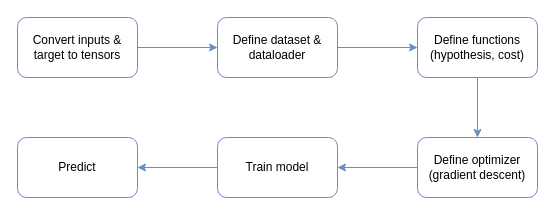
vuanhtuan1012/deep-learning-with-pytorch keeps this draw.io diagram as page "PyTorch built-ins" (2 of 2) of images/linear_regression.drawio. Above is the earlier version. Source tidied: cells renumbered, new cells numbered last; positions are measured from the earlier drawing's top-left corner, leaving out a move shared by most shapes. Both pictures are drawn from the tidied source at 100%, with x=0, y=0 at pixel (17, 17).
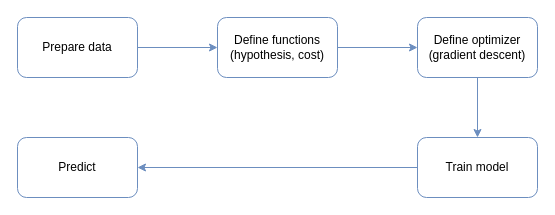
After the change.

What changed in the source:
```diff
@@
 <mxGraphModel>
   <root>
     <mxCell id="0" />
     <mxCell id="1" parent="0" />
-    <mxCell id="2" style="edgeStyle=orthogonalEdgeStyle;rounded=0;jettySize=auto;html=1;fillColor=#dae8fc;strokeColor=#6c8ebf;" parent="1" edge="1" source="3" target="5">
+    <mxCell id="2" style="edgeStyle=orthogonalEdgeStyle;rounded=0;jettySize=auto;html=1;fillColor=#dae8fc;strokeColor=#6c8ebf;entryX=0;entryY=0.5;entryDx=0;entryDy=0;" parent="1" edge="1" source="3" target="7">
       <mxGeometry relative="1" as="geometry" />
     </mxCell>
-    <mxCell id="3" value="Convert inputs &amp;amp; target to tensors" style="rounded=1;whiteSpace=wrap;html=1;strokeColor=#6c8ebf;fillColor=none;" parent="1" vertex="1">
+    <mxCell id="3" value="Prepare data" style="rounded=1;whiteSpace=wrap;html=1;strokeColor=#6c8ebf;fillColor=none;" parent="1" vertex="1">
       <mxGeometry width="120" height="60" as="geometry" />
     </mxCell>
-    <mxCell id="4" style="edgeStyle=orthogonalEdgeStyle;rounded=0;jettySize=auto;html=1;fillColor=#dae8fc;strokeColor=#6c8ebf;" parent="1" edge="1" source="5" target="7">
-      <mxGeometry relative="1" as="geometry" />
-    </mxCell>
-    <mxCell id="5" value="Define dataset &amp;amp; dataloader" style="rounded=1;whiteSpace=wrap;html=1;strokeColor=#6c8ebf;fillColor=none;" parent="1" vertex="1">
-      <mxGeometry x="200" width="120" height="60" as="geometry" />
-    </mxCell>
     <mxCell id="6" style="edgeStyle=orthogonalEdgeStyle;rounded=0;jettySize=auto;html=1;fillColor=#dae8fc;strokeColor=#6c8ebf;" parent="1" edge="1" source="7" target="9">
       <mxGeometry relative="1" as="geometry" />
     </mxCell>
     <mxCell id="7" value="Define functions (hypothesis, cost)" style="rounded=1;whiteSpace=wrap;html=1;strokeColor=#6c8ebf;fillColor=none;" parent="1" vertex="1">
-      <mxGeometry x="400" width="120" height="60" as="geometry" />
+      <mxGeometry x="200" width="120" height="60" as="geometry" />
     </mxCell>
     <mxCell id="8" style="edgeStyle=orthogonalEdgeStyle;rounded=0;jettySize=auto;html=1;fillColor=#dae8fc;strokeColor=#6c8ebf;" parent="1" edge="1" source="9" target="11">
       <mxGeometry relative="1" as="geometry" />
     </mxCell>
     <mxCell id="9" value="Define optimizer (gradient descent)" style="rounded=1;whiteSpace=wrap;html=1;strokeColor=#6c8ebf;fillColor=none;" parent="1" vertex="1">
-      <mxGeometry x="400" y="120" width="120" height="60" as="geometry" />
+      <mxGeometry x="400" width="120" height="60" as="geometry" />
     </mxCell>
     <mxCell id="10" style="edgeStyle=orthogonalEdgeStyle;rounded=0;jettySize=auto;html=1;fillColor=#dae8fc;strokeColor=#6c8ebf;" parent="1" edge="1" source="11" target="12">
       <mxGeometry relative="1" as="geometry" />
     </mxCell>
     <mxCell id="11" value="Train model" style="rounded=1;whiteSpace=wrap;html=1;strokeColor=#6c8ebf;fillColor=none;" parent="1" vertex="1">
-      <mxGeometry x="200" y="120" width="120" height="60" as="geometry" />
+      <mxGeometry x="400" y="120" width="120" height="60" as="geometry" />
     </mxCell>
     <mxCell id="12" value="Predict" style="rounded=1;whiteSpace=wrap;html=1;strokeColor=#6c8ebf;fillColor=none;" parent="1" vertex="1">
       <mxGeometry y="120" width="120" height="60" as="geometry" />
     </mxCell>
   </root>
 </mxGraphModel>
```
